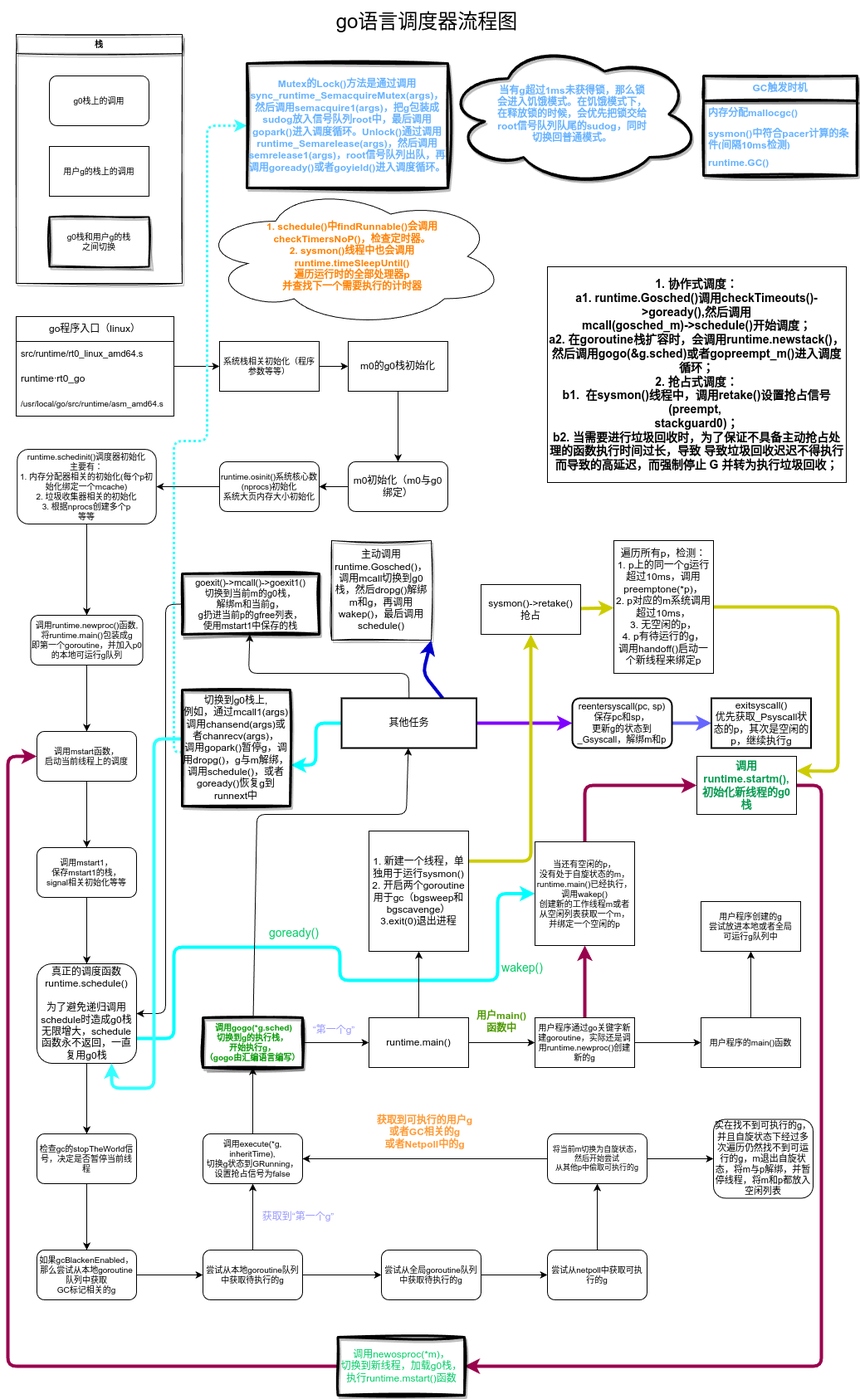
The draw.io diagram go_sched.png in moqsien/img_repo, before a commit. Source tidied: cells renumbered, new cells last; positions are measured from the earlier drawing's top-left corner, leaving out a move shared by most shapes.
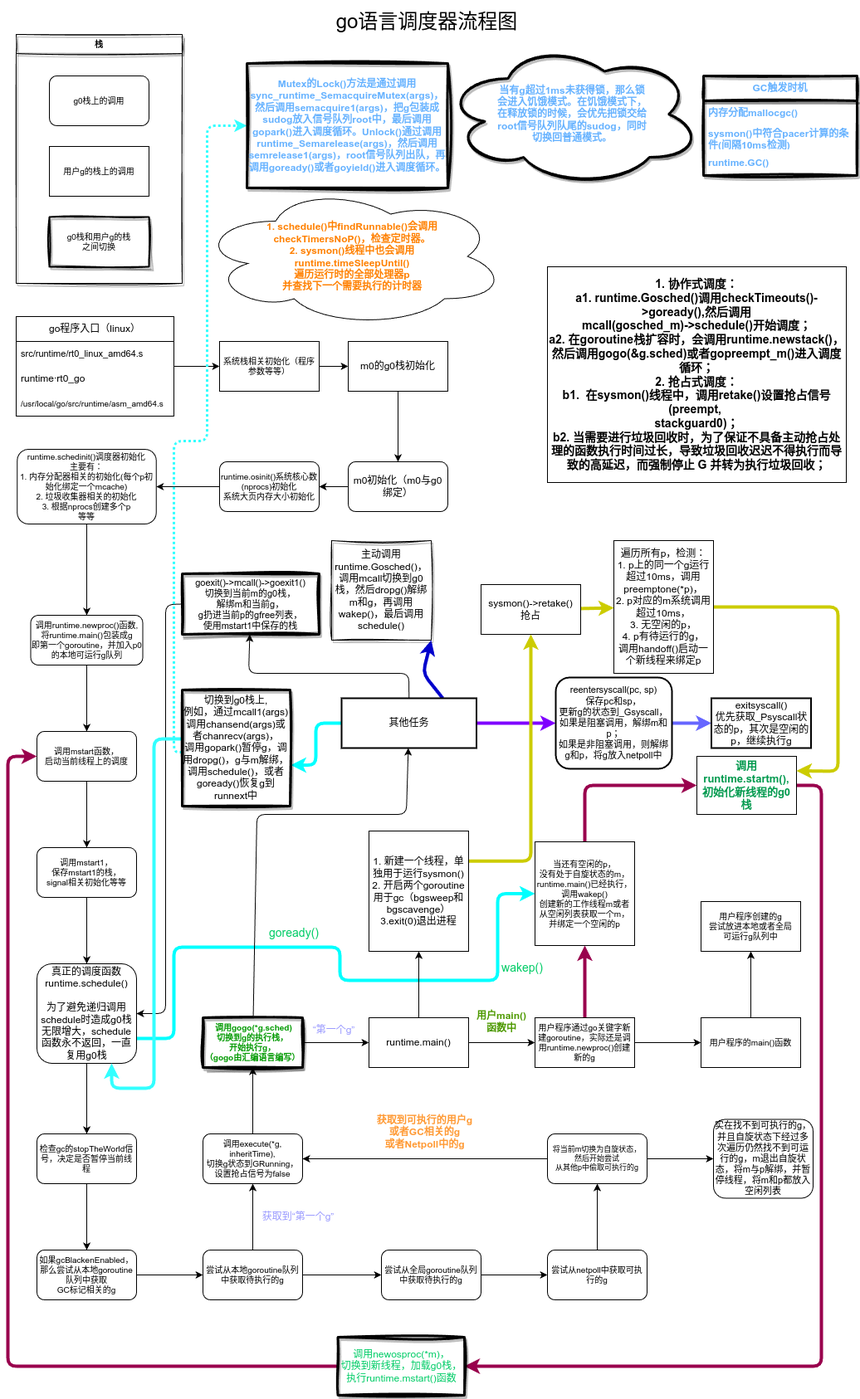
After the change.

The edit, as a diff of the source:
```diff
@@ -275,8 +275,8 @@
     <mxCell id="79" style="edgeStyle=orthogonalEdgeStyle;html=1;strokeColor=#6666FF;strokeWidth=4;fontSize=12;fontColor=#00CC66;" parent="1" edge="1" source="80" target="81">
       <mxGeometry relative="1" as="geometry" />
     </mxCell>
-    <mxCell id="80" value="&lt;font style=&quot;&quot;&gt;&lt;font style=&quot;font-size: 11px;&quot;&gt;reentersyscall(pc, sp)&lt;br&gt;保存pc和sp，&lt;br&gt;更新g的状态到_Gsyscall，解绑m和p&lt;/font&gt;&lt;br&gt;&lt;/font&gt;" style="whiteSpace=wrap;html=1;fontSize=7;fontStyle=0;startSize=30;rounded=1;shadow=0;strokeWidth=2;" parent="1" vertex="1">
-      <mxGeometry x="680" y="840" width="120" height="60" as="geometry" />
+    <mxCell id="80" value="&lt;font style=&quot;&quot;&gt;&lt;font style=&quot;font-size: 11px;&quot;&gt;&lt;font style=&quot;&quot;&gt;reentersyscall(pc, sp)&lt;br&gt;保存pc和sp，&lt;br&gt;更新g的状态到_Gsyscall，如果是阻塞调用，解绑m和p；&lt;br&gt;&lt;/font&gt;如果是非阻塞调用，则解绑g和p，将g放入netpoll中&lt;/font&gt;&lt;br&gt;&lt;/font&gt;" style="whiteSpace=wrap;html=1;fontSize=7;fontStyle=0;startSize=30;rounded=1;shadow=0;strokeWidth=2;" parent="1" vertex="1">
+      <mxGeometry x="660" y="815" width="140" height="110" as="geometry" />
     </mxCell>
     <mxCell id="81" value="&lt;span style=&quot;font-size: 12px;&quot;&gt;exitsyscall()&lt;br&gt;优先获取_Psyscall状态的p，其次是空闲的p，继续执行g&lt;br&gt;&lt;/span&gt;" style="whiteSpace=wrap;html=1;fontSize=7;fontStyle=0;startSize=30;rounded=0;shadow=0;strokeWidth=2;" parent="1" vertex="1">
       <mxGeometry x="847.5" y="840" width="120" height="60" as="geometry" />
@@ -347,7 +347,7 @@
     <mxCell id="97" value="&lt;b&gt;runtime.GC()&lt;/b&gt;" style="text;strokeColor=none;fillColor=none;align=left;verticalAlign=middle;spacingLeft=4;spacingRight=4;overflow=hidden;whiteSpace=wrap;html=1;rounded=0;shadow=1;sketch=1;strokeWidth=3;fontSize=12;fontColor=#66B2FF;" parent="94" vertex="1">
       <mxGeometry y="90" width="185" height="30" as="geometry" />
     </mxCell>
-    <mxCell id="98" value="&lt;font style=&quot;font-size: 14px;&quot;&gt;&lt;b&gt;1. 协作式调度：&lt;br&gt;a1. runtime.Gosched()调用checkTimeouts()-&amp;gt;goready(),然后调用&lt;br&gt;mcall(gosched_m)-&amp;gt;schedule()开始调度；&lt;br&gt;a2. 在goroutine栈扩容时，会调用runtime.newstack()，然后调用gogo(&amp;amp;g.sched)或者gopreempt_m()进入调度循环；&lt;br&gt;2. 抢占式调度：&lt;br&gt;b1.&amp;nbsp; 在sysmon()线程中，调用retake()设置抢占信号(&lt;span style=&quot;background-color: initial;&quot;&gt;preempt,&amp;nbsp;&lt;br&gt;&lt;/span&gt;&lt;span style=&quot;background-color: initial;&quot;&gt;stackguard0&lt;/span&gt;)；&lt;br&gt;b2.&amp;nbsp;当需要进行垃圾回收时，为了保证不具备主动抢占处理的函数执行时间过长，导致 导致垃圾回收迟迟不得执行而导致的高延迟，而强制停止 G 并转为执行垃圾回收；&lt;/b&gt;&lt;/font&gt;" style="rounded=0;whiteSpace=wrap;html=1;" parent="1" vertex="1">
+    <mxCell id="98" value="&lt;font style=&quot;font-size: 14px;&quot;&gt;&lt;b&gt;1. 协作式调度：&lt;br&gt;a1. runtime.Gosched()调用checkTimeouts()-&amp;gt;goready(),然后调用&lt;br&gt;mcall(gosched_m)-&amp;gt;schedule()开始调度；&lt;br&gt;a2. 在goroutine栈扩容时，会调用runtime.newstack()，然后调用gogo(&amp;amp;g.sched)或者gopreempt_m()进入调度循环；&lt;br&gt;2. 抢占式调度：&lt;br&gt;b1.&amp;nbsp; 在sysmon()线程中，调用retake()设置抢占信号(&lt;span style=&quot;background-color: initial;&quot;&gt;preempt,&amp;nbsp;&lt;br&gt;&lt;/span&gt;&lt;span style=&quot;background-color: initial;&quot;&gt;stackguard0&lt;/span&gt;)；&lt;br&gt;b2.&amp;nbsp;当需要进行垃圾回收时，为了保证不具备主动抢占处理的函数执行时间过长，导致垃圾回收迟迟不得执行而导致的高延迟，而强制停止 G 并转为执行垃圾回收；&lt;/b&gt;&lt;/font&gt;" style="rounded=0;whiteSpace=wrap;html=1;" parent="1" vertex="1">
       <mxGeometry x="650" y="320" width="360" height="260" as="geometry" />
     </mxCell>
     <mxCell id="99" value="&lt;font color=&quot;#ff8000&quot;&gt;&lt;b&gt;1. schedule()中findRunnable()会调用&lt;/b&gt;&lt;br&gt;&lt;b&gt;checkTimersNoP()，检查定时器。&lt;/b&gt;&lt;br&gt;&lt;b&gt;2. sysmon()线程中也会调用&lt;br&gt;runtime.timeSleepUntil()&lt;br&gt;遍历运行时的全部处理器p&lt;br&gt;并查找下一个需要执行的计时器&lt;/b&gt;&lt;br&gt;&lt;/font&gt;" style="ellipse;shape=cloud;whiteSpace=wrap;html=1;" parent="1" vertex="1">
```
